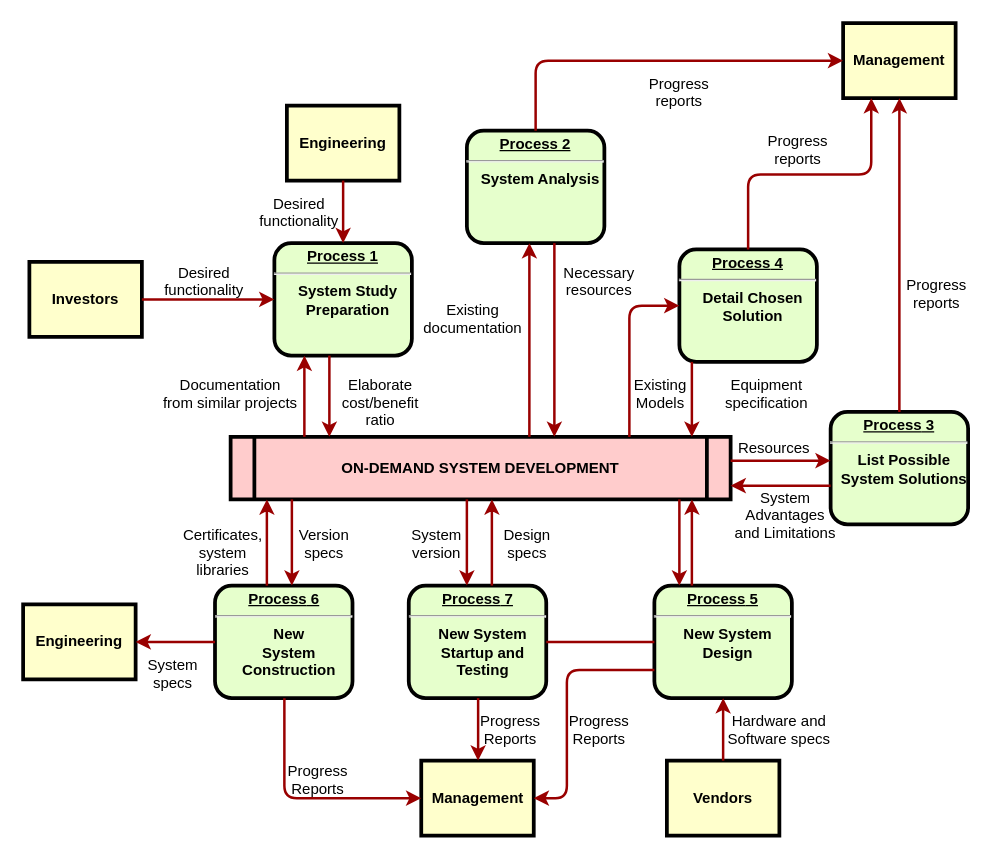
Before: ExecutablePaperFlowchartv0.drawio in rebeccaringuette/MOVE, a draw.io diagram. Source tidied: cells renumbered, new cells numbered last; positions are measured from the earlier drawing's top-left corner, leaving out a move shared by most shapes. Both pictures are drawn from the tidied source at 125%, with x=0, y=0 at pixel (22, 22).
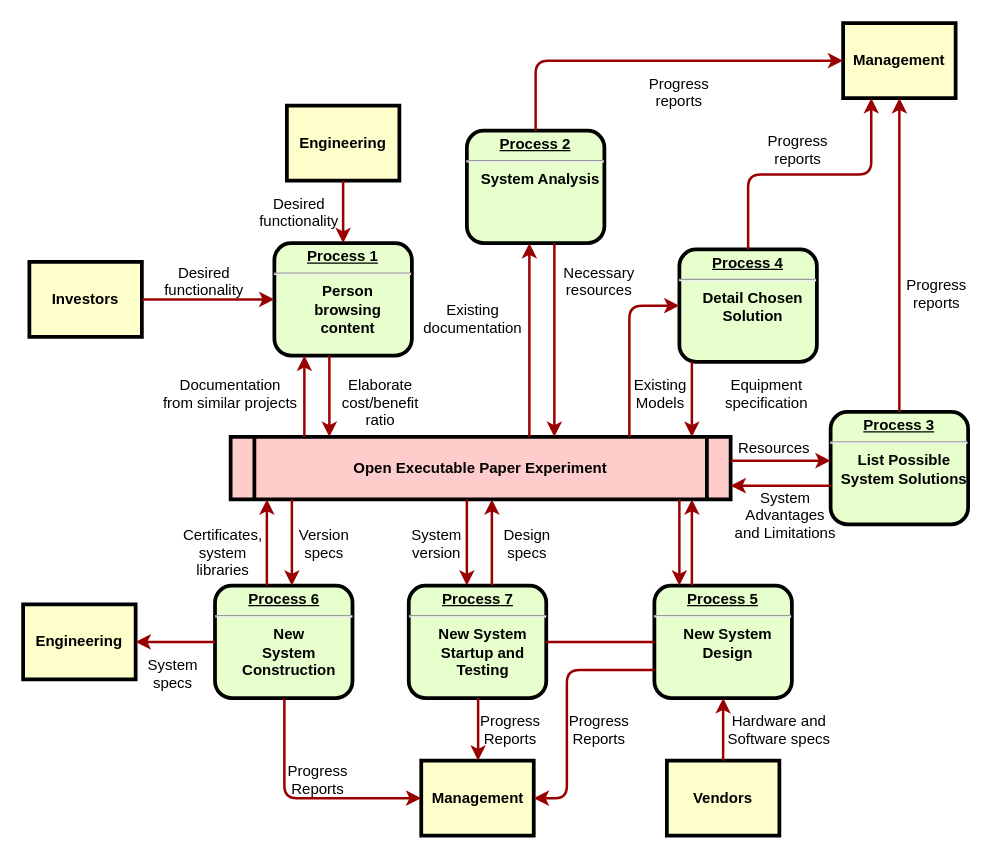
Above is the later version.

What changed in the source:
```diff
@@
-    <mxCell id="2" value="&lt;p style=&quot;margin: 0px; margin-top: 4px; text-align: center; text-decoration: underline;&quot;&gt;&lt;strong&gt;Process 1&lt;br /&gt;&lt;/strong&gt;&lt;/p&gt;&lt;hr /&gt;&lt;p style=&quot;margin: 0px; margin-left: 8px;&quot;&gt;System Study&lt;/p&gt;&lt;p style=&quot;margin: 0px; margin-left: 8px;&quot;&gt;Preparation&lt;/p&gt;" style="verticalAlign=middle;align=center;overflow=fill;fontSize=12;fontFamily=Helvetica;html=1;rounded=1;fontStyle=1;strokeWidth=3;fillColor=#E6FFCC;" parent="1" vertex="1">
+    <mxCell id="2" value="&lt;p style=&quot;margin: 0px; margin-top: 4px; text-align: center; text-decoration: underline;&quot;&gt;&lt;strong&gt;Process 1&lt;br&gt;&lt;/strong&gt;&lt;/p&gt;&lt;hr&gt;&lt;p style=&quot;margin: 0px; margin-left: 8px;&quot;&gt;Person &lt;br&gt;browsing&lt;br&gt;&lt;span style=&quot;background-color: initial;&quot;&gt;content&lt;/span&gt;&lt;br&gt;&lt;/p&gt;" style="verticalAlign=middle;align=center;overflow=fill;fontSize=12;fontFamily=Helvetica;html=1;rounded=1;fontStyle=1;strokeWidth=3;fillColor=#E6FFCC;" parent="1" vertex="1">
       <mxGeometry x="201" y="176" width="110" height="90" as="geometry" />
     </mxCell>
@@
-    <mxCell id="5" value="ON-DEMAND SYSTEM DEVELOPMENT" style="shape=process;whiteSpace=wrap;align=center;verticalAlign=middle;size=0.0475;fontStyle=1;strokeWidth=3;fillColor=#FFCCCC;" parent="1" vertex="1">
+    <mxCell id="5" value="Open Executable Paper Experiment" style="shape=process;whiteSpace=wrap;align=center;verticalAlign=middle;size=0.0475;fontStyle=1;strokeWidth=3;fillColor=#FFCCCC;" parent="1" vertex="1">
       <mxGeometry x="166" y="331" width="400" height="50" as="geometry" />
     </mxCell>
```
